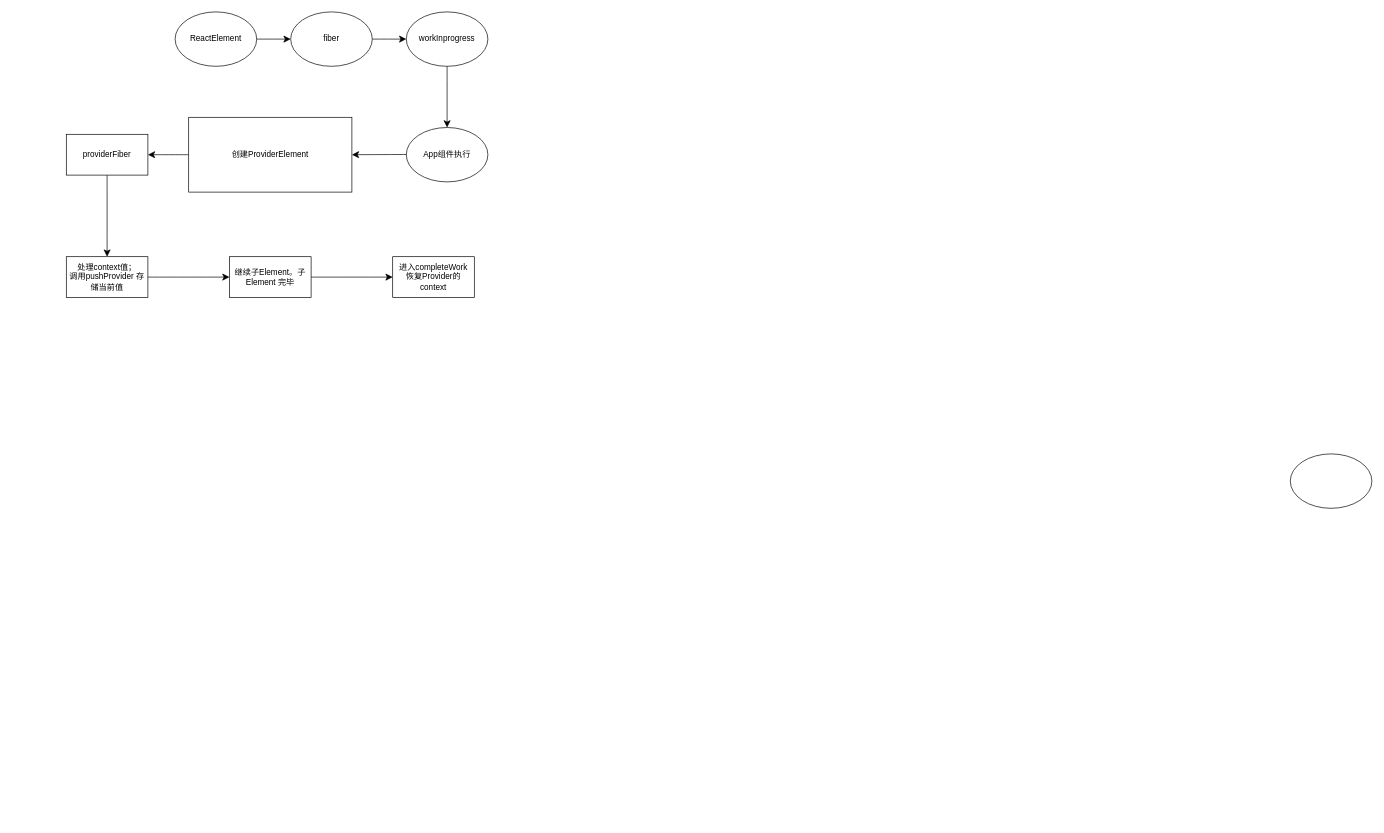
This is markDownNotes/docker/MigrationTools.drawio from linround/2022, a draw.io file, before an edit. Source tidied: cells renumbered, new cells numbered last; positions are measured from the earlier drawing's top-left corner, leaving out a move shared by most shapes. Both pictures are drawn from the tidied source at 68%, with x=0, y=0 at pixel (66, 12).
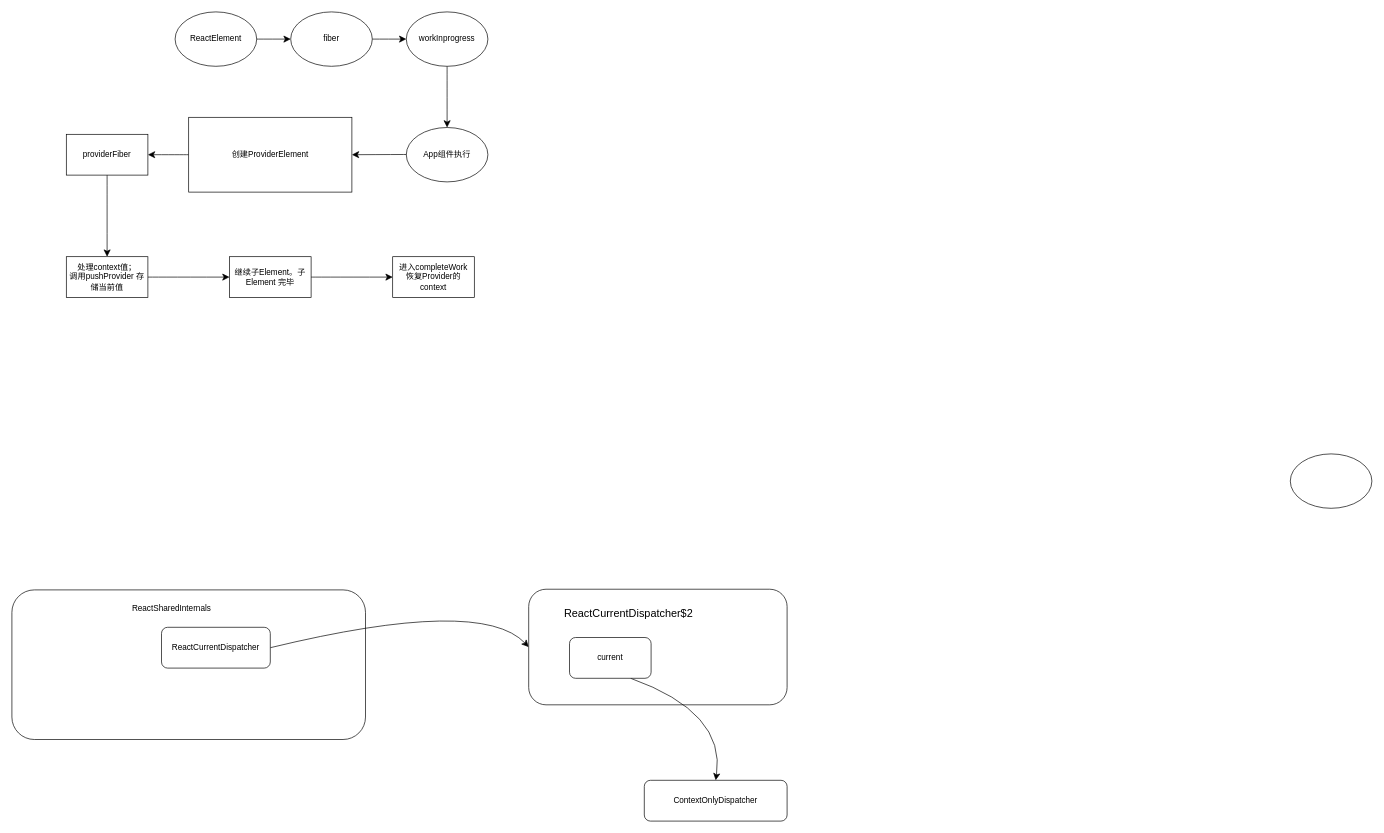
The same page after the edit.

The edit, as a diff of the source:
```diff
@@
+    <mxCell id="20" style="rounded=1;whiteSpace=wrap;html=1;" parent="1" vertex="1">
+      <mxGeometry x="-80" y="850" width="520" height="220" as="geometry" />
+    </mxCell>
+    <mxCell id="21" style="edgeStyle=none;curved=1;rounded=0;jettySize=auto;html=1;exitX=1;exitY=0.5;exitDx=0;exitDy=0;entryX=0;entryY=0.5;entryDx=0;entryDy=0;fontSize=12;startSize=8;endSize=8;" parent="1" edge="1" source="22" target="24">
+      <mxGeometry relative="1" as="geometry">
+        <Array as="points">
+          <mxPoint x="610" y="860" />
+        </Array>
+      </mxGeometry>
+    </mxCell>
+    <mxCell id="22" value="ReactCurrentDispatcher" style="rounded=1;whiteSpace=wrap;html=1;" parent="1" vertex="1">
+      <mxGeometry x="140" y="905" width="160" height="60" as="geometry" />
+    </mxCell>
+    <mxCell id="23" value="&lt;span style=&quot;font-size: 12px;&quot;&gt;ReactSharedInternals&lt;/span&gt;" style="text;html=1;align=center;verticalAlign=middle;whiteSpace=wrap;rounded=0;fontSize=16;" parent="1" vertex="1">
+      <mxGeometry x="60" y="860" width="190" height="30" as="geometry" />
+    </mxCell>
+    <mxCell id="24" style="rounded=1;whiteSpace=wrap;html=1;" parent="1" vertex="1">
+      <mxGeometry x="680" y="849" width="380" height="170" as="geometry" />
+    </mxCell>
+    <mxCell id="25" value="ReactCurrentDispatcher$2" style="text;html=1;align=center;verticalAlign=middle;whiteSpace=wrap;rounded=0;fontSize=16;" parent="1" vertex="1">
+      <mxGeometry x="727" y="870" width="200" height="30" as="geometry" />
+    </mxCell>
+    <mxCell id="26" style="edgeStyle=none;curved=1;rounded=0;jettySize=auto;html=1;exitX=0.75;exitY=1;exitDx=0;exitDy=0;entryX=0.5;entryY=0;entryDx=0;entryDy=0;fontSize=12;startSize=8;endSize=8;" parent="1" edge="1" source="27" target="29">
+      <mxGeometry relative="1" as="geometry">
+        <Array as="points">
+          <mxPoint x="970" y="1030" />
+        </Array>
+      </mxGeometry>
+    </mxCell>
+    <mxCell id="27" value="current" style="rounded=1;whiteSpace=wrap;html=1;" parent="1" vertex="1">
+      <mxGeometry x="740" y="920" width="120" height="60" as="geometry" />
+    </mxCell>
+    <mxCell id="28" style="edgeStyle=none;curved=1;rounded=0;orthogonalLoop=1;jettySize=auto;html=1;exitX=0;exitY=0.75;exitDx=0;exitDy=0;fontSize=12;startSize=8;endSize=8;" parent="1" edge="1" source="25" target="25">
+      <mxGeometry relative="1" as="geometry" />
+    </mxCell>
+    <mxCell id="29" value="ContextOnlyDispatcher" style="rounded=1;whiteSpace=wrap;html=1;" parent="1" vertex="1">
+      <mxGeometry x="850" y="1130" width="210" height="60" as="geometry" />
+    </mxCell>
```
